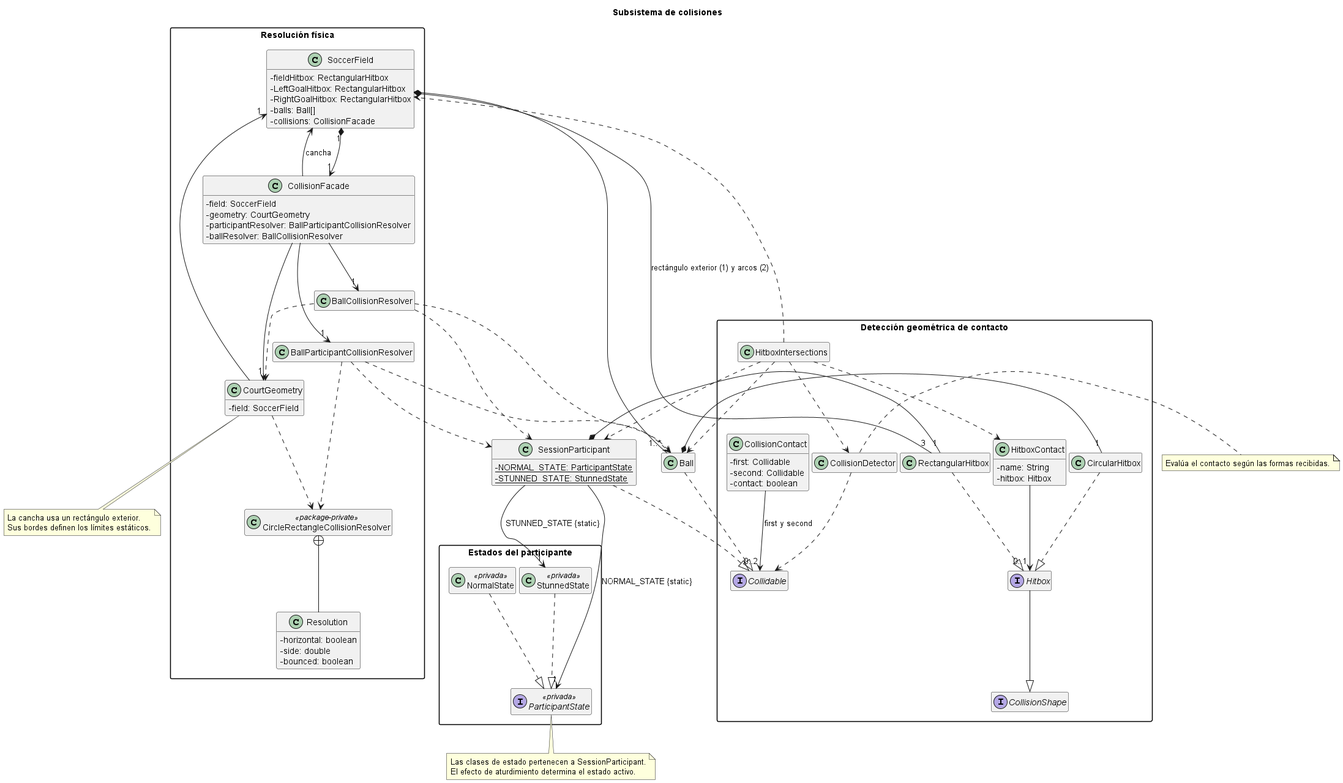
Above: docs/uml/capturas/collision-subsystem.png in PaglkG/ProyectoFinal-Dopo (PlantUML), before the change.
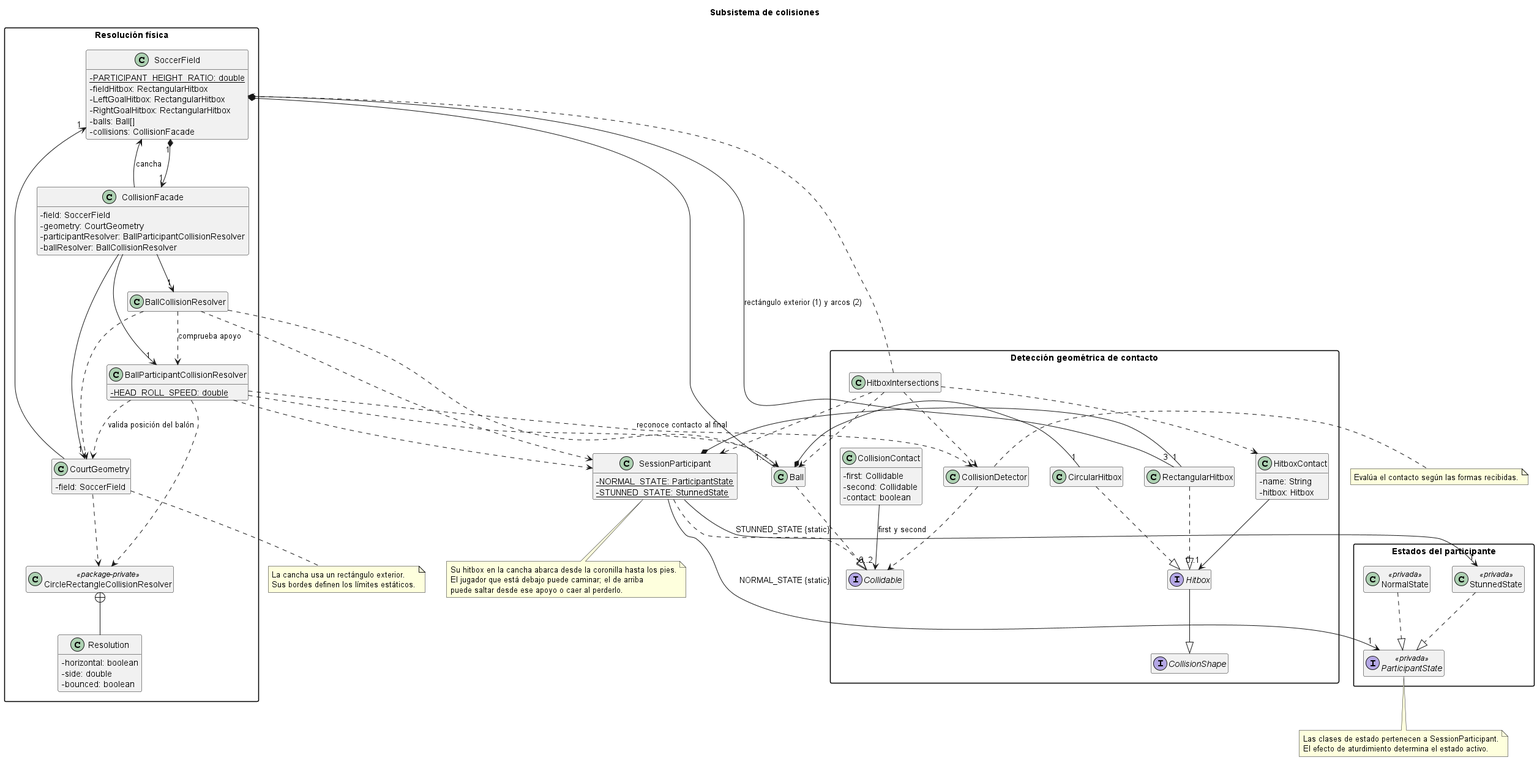
Above is the later version.

Diff of the diagram source:
```diff
@@ -7,6 +7,7 @@
 
 package "Resolución física" {
   class SoccerField {
+    {static} - PARTICIPANT_HEIGHT_RATIO: double
     - fieldHitbox: RectangularHitbox
     - LeftGoalHitbox: RectangularHitbox
     - RightGoalHitbox: RectangularHitbox
@@ -16,6 +17,8 @@
     + getGoalHitboxes(): RectangularHitbox[2]
     + resolveBallCollisions(restitution: double): void
     + resolveBallParticipantCollisions(participants: Iterable<SessionParticipant>, restitution: double, minimumLandingSpeed: double): void
+    ~ rollSupportedBalls(participants: Iterable<SessionParticipant>, stepSeconds: double, gravity: double): void
+    ~ rewindMissedBallParticipantContacts(participants: Iterable<SessionParticipant>): void
     + resolveWalkingContact(moved: SessionParticipant, previousX: double, participants: Iterable<SessionParticipant>): void
     + isOutside(ball: Ball): boolean
     + isOutside(participant: SessionParticipant): boolean
@@ -31,6 +34,8 @@
     - ballResolver: BallCollisionResolver
     + resolveBallCollisions(restitution: double): void
     + resolveBallParticipantCollisions(participants: Iterable<SessionParticipant>, restitution: double, minimumLandingSpeed: double): void
+    ~ rollSupportedBalls(participants: Iterable<SessionParticipant>, stepSeconds: double, gravity: double): void
+    ~ rewindMissedBallParticipantContacts(participants: Iterable<SessionParticipant>): void
     + resolveWalkingContact(moved: SessionParticipant, previousX: double, participants: Iterable<SessionParticipant>): void
     + isOutside(ball: Ball): boolean
     + isOutside(participant: SessionParticipant): boolean
@@ -61,12 +66,16 @@
   }
 
   class BallParticipantCollisionResolver {
+    {static} - HEAD_ROLL_SPEED: double
+    ~ rollSupportedBalls(balls: Ball[], participants: Iterable<SessionParticipant>, stepSeconds: double, gravity: double, geometry: CourtGeometry): void
+    + rewindMissedContacts(balls: Ball[], participants: Iterable<SessionParticipant>): void
     + resolveAll(balls: Ball[], participants: Iterable<SessionParticipant>, restitution: double, minimumLandingSpeed: double): void
     + resolve(ball: Ball, participant: SessionParticipant, restitution: double, minimumLandingSpeed: double): void
     - resolve(ball: Ball, participant: SessionParticipant, previousBallX: double, previousBallY: double, previousParticipantX: double, previousParticipantY: double, restitution: double, minimumLandingSpeed: double): void
   }
 
   class CircleRectangleCollisionResolver <<package-private>> {
+    {static} ~ firstContactFraction(box: RectangularHitbox, radius: double, x: double, y: double, dx: double, dy: double): double
     {static} ~ resolveAgainstFixedRectangle(ball: Ball, rectangle: RectangularHitbox, restitution: double): Resolution
     {static} ~ resolve(ball: Ball, rectangle: RectangularHitbox, previousBallX: double, previousBallY: double, previousRectangleX: double, previousRectangleY: double, restitution: double): Resolution
   }
@@ -151,9 +160,12 @@
 BallCollisionResolver ..> CourtGeometry
 BallCollisionResolver ..> Ball
 BallCollisionResolver ..> SessionParticipant
+BallCollisionResolver ..> BallParticipantCollisionResolver : comprueba apoyo
 BallParticipantCollisionResolver ..> Ball
+BallParticipantCollisionResolver ..> CourtGeometry : valida posición del balón
 BallParticipantCollisionResolver ..> SessionParticipant
 BallParticipantCollisionResolver ..> CircleRectangleCollisionResolver
+BallParticipantCollisionResolver ..> CollisionDetector : reconoce contacto al final
 CourtGeometry ..> CircleRectangleCollisionResolver
 CircleRectangleCollisionResolver +-- Resolution
 Ball *-- "1" CircularHitbox
@@ -187,6 +199,12 @@
   Sus bordes definen los límites estáticos.
 end note
 
+note bottom of SessionParticipant
+  Su hitbox en la cancha abarca desde la coronilla hasta los pies.
+  El jugador que está debajo puede caminar; el de arriba
+  puede saltar desde ese apoyo o caer al perderlo.
+end note
+
 note bottom of ParticipantState
   Las clases de estado pertenecen a SessionParticipant.
   El efecto de aturdimiento determina el estado activo.
```
